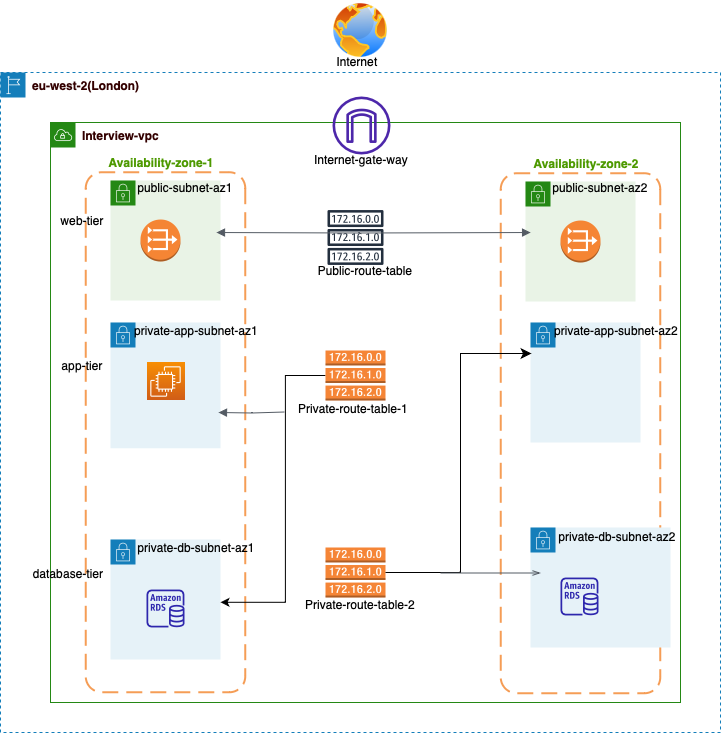
Okawuma/IAC-VPC keeps this draw.io diagram as modules/vpc/vpc.drawio.png. Above is the earlier version. Source tidied: cells renumbered, new cells last; positions are measured from the earlier drawing's top-left corner, leaving out a move shared by most shapes.
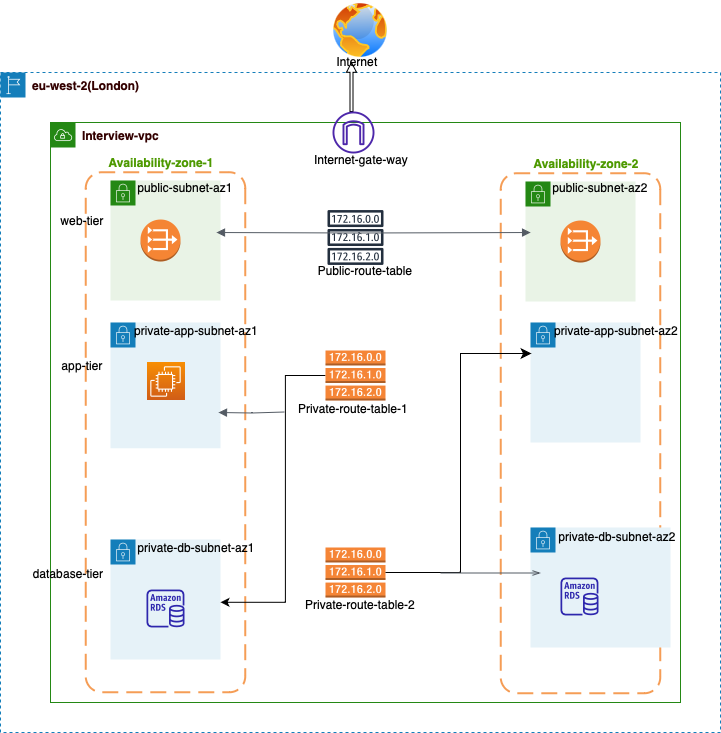
Above is the later version.

Diff of the diagram source:
```diff
@@ -5,6 +5,9 @@
     <mxCell id="2" value="&lt;font color=&quot;#330000&quot;&gt;&lt;b&gt;eu-west-2(London)&lt;/b&gt;&lt;/font&gt;" style="gradientColor=none;html=1;whiteSpace=wrap;fontSize=12;fontStyle=0;shape=mxgraph.aws4.group;grIcon=mxgraph.aws4.group_region;strokeColor=#147EBA;fillColor=none;verticalAlign=top;align=left;spacingLeft=30;fontColor=#147EBA;dashed=1;" parent="1" vertex="1">
       <mxGeometry x="95" y="72" width="720" height="660" as="geometry" />
     </mxCell>
+    <mxCell id="43" style="shape=singleArrow;direction=north;whiteSpace=wrap;html=1;" parent="2" vertex="1">
+      <mxGeometry x="346" y="-10" width="10" height="49" as="geometry" />
+    </mxCell>
     <mxCell id="3" value="&lt;font color=&quot;#330000&quot;&gt;&lt;span style=&quot;caret-color: rgb(51, 0, 0);&quot;&gt;&lt;b&gt;Interview-vpc&lt;/b&gt;&lt;/span&gt;&lt;/font&gt;" style="gradientColor=none;html=1;whiteSpace=wrap;fontSize=12;fontStyle=0;shape=mxgraph.aws4.group;grIcon=mxgraph.aws4.group_vpc;strokeColor=#248814;fillColor=none;verticalAlign=top;align=left;spacingLeft=30;fontColor=#AAB7B8;dashed=0;" parent="1" vertex="1">
       <mxGeometry x="145" y="122" width="630" height="580" as="geometry" />
     </mxCell>
@@ -57,7 +60,7 @@
       <mxGeometry x="96" y="240" width="38" height="38" as="geometry" />
     </mxCell>
     <mxCell id="20" style="sketch=0;fontColor=#232F3E;gradientColor=none;fillColor=#4D27AA;strokeColor=none;dashed=0;verticalLabelPosition=bottom;verticalAlign=top;align=center;html=1;fontSize=12;fontStyle=0;shape=mxgraph.aws4.internet_gateway;" parent="3" vertex="1">
-      <mxGeometry x="282" y="-26" width="58" height="58" as="geometry" />
+      <mxGeometry x="282" y="-11" width="42" height="42" as="geometry" />
     </mxCell>
     <mxCell id="21" style="edgeStyle=orthogonalEdgeStyle;rounded=0;jettySize=auto;html=1;entryX=0.827;entryY=0.155;entryDx=0;entryDy=0;entryPerimeter=0;" parent="3" edge="1" source="22" target="4">
       <mxGeometry relative="1" as="geometry" />
```
